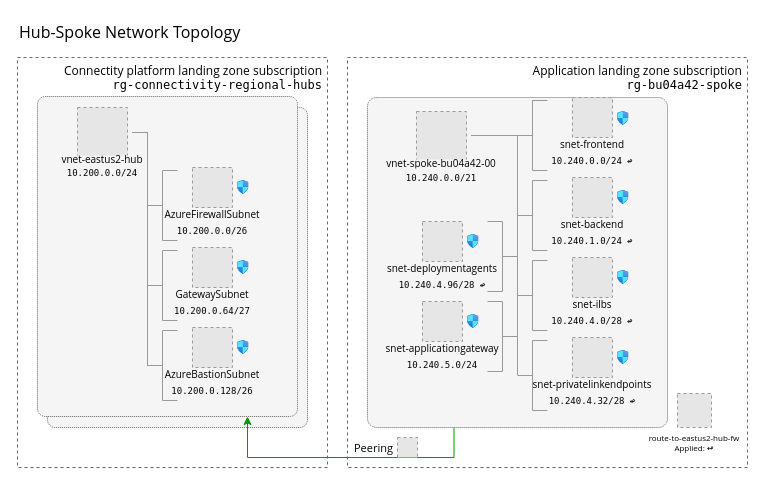
Above: networking/network-topology.drawio in mspnp/iaas-landing-zone-baseline (draw.io), before the change. Source tidied: cells renumbered, new cells numbered last; positions are measured from the earlier drawing's top-left corner, leaving out a move shared by most shapes. Both pictures are drawn from the tidied source at 100%, with x=0, y=0 at pixel (17, 17). Pictures stored in the file or linked from it are replaced by grey dashed boxes.
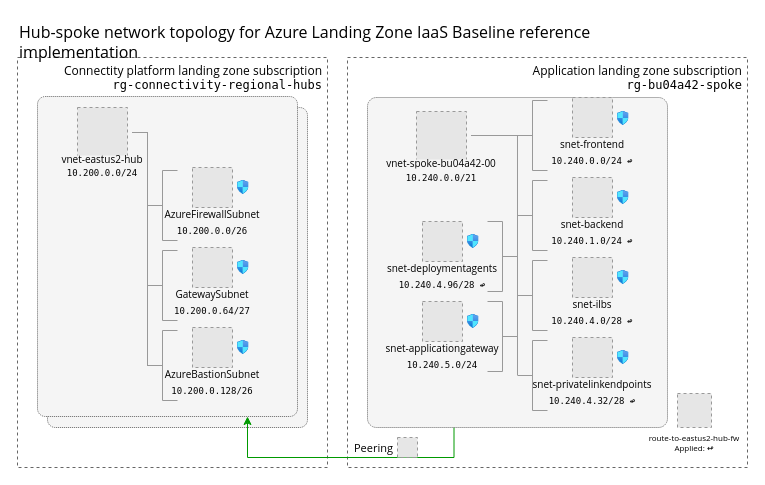
Above is the later version.

Commit message:
update title in same drawio file

What changed in the source:
```diff
@@
-    <mxCell id="3" value="Hub-Spoke Network Topology" style="text;html=1;strokeColor=none;fillColor=none;align=left;verticalAlign=middle;whiteSpace=wrap;rounded=0;dashed=1;dashPattern=1 1;fontFamily=Segoe UI;fontSize=16;fontColor=#000000;" parent="1" vertex="1">
-      <mxGeometry width="240" height="30" as="geometry" />
+    <mxCell id="3" value="Hub-spoke network topology for Azure Landing Zone IaaS Baseline reference implementation" style="text;html=1;strokeColor=none;fillColor=none;align=left;verticalAlign=middle;whiteSpace=wrap;rounded=0;dashed=1;dashPattern=1 1;fontFamily=Segoe UI;fontSize=16;fontColor=#000000;" parent="1" vertex="1">
+      <mxGeometry y="10" width="690" height="30" as="geometry" />
     </mxCell>
```
